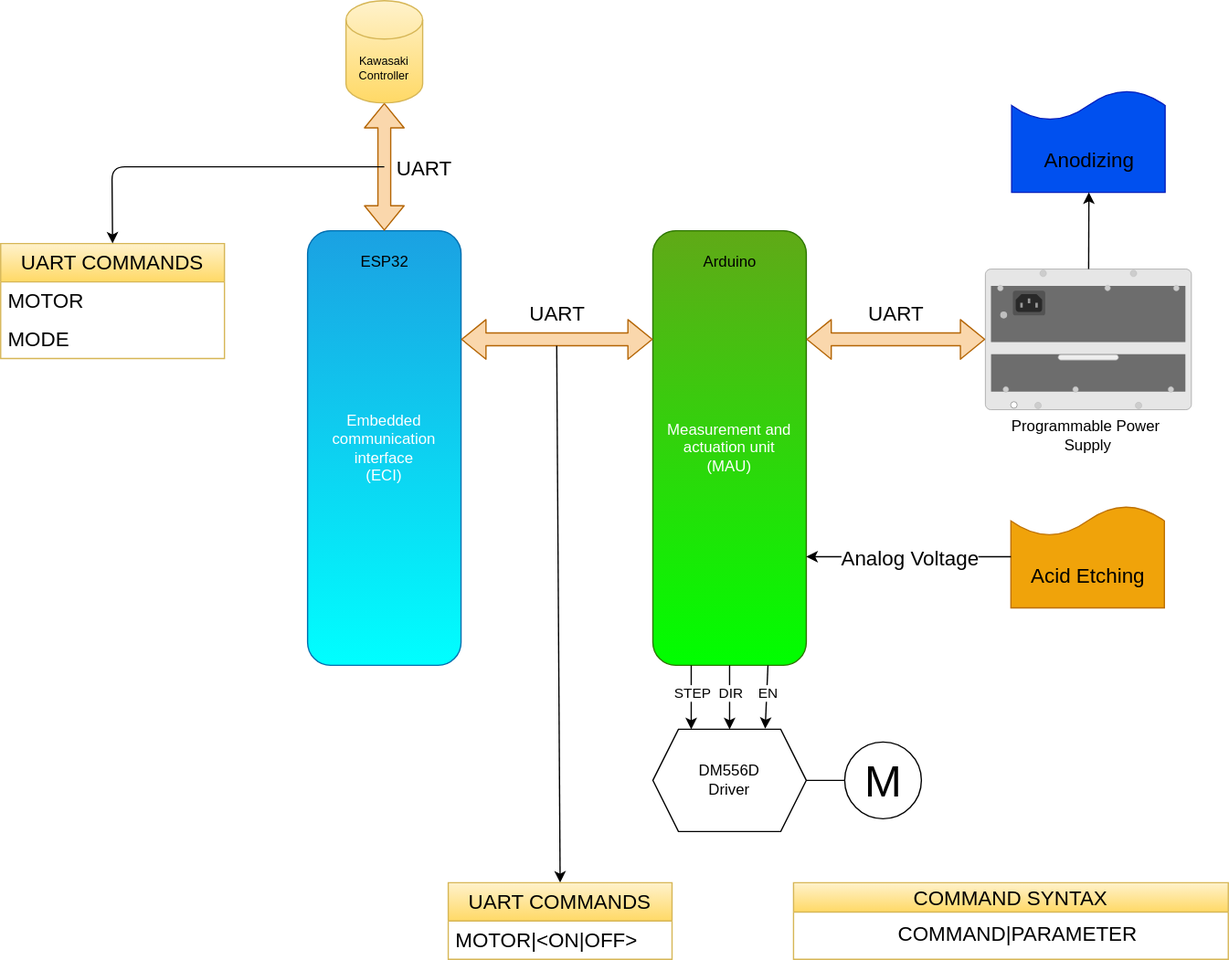
This is docs/hardware.svg from lasram-engineering/eci, a draw.io export, as it was before one commit. Source tidied: cells renumbered, new cells last; positions are measured from the earlier drawing's top-left corner, leaving out a move shared by most shapes.
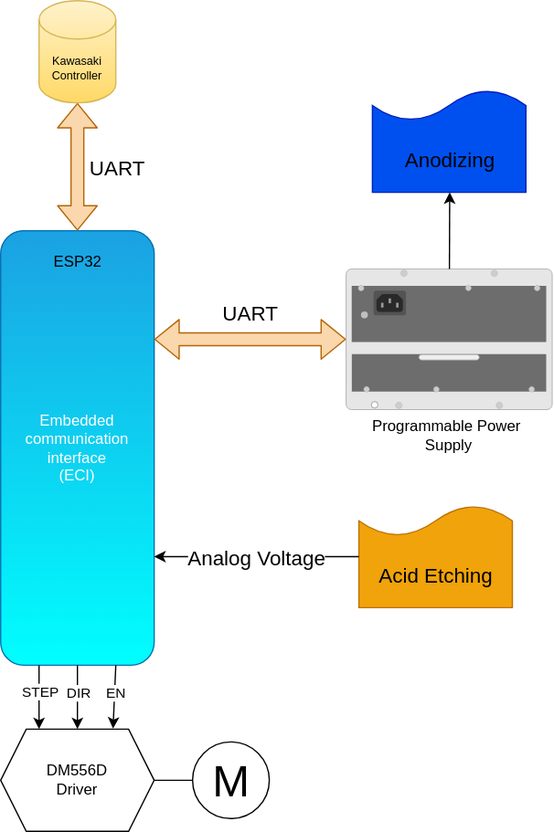
Later version of the same file.

Diff of the diagram source:
```diff
@@ -2,17 +2,8 @@
   <root>
     <mxCell id="0" />
     <mxCell id="1" parent="0" />
-    <mxCell id="2" style="group;" parent="1" vertex="1">
-      <mxGeometry x="510" y="180" width="120" height="340" as="geometry" />
-    </mxCell>
-    <mxCell id="3" value="Measurement and actuation unit&lt;br&gt;(MAU)" style="rounded=1;whiteSpace=wrap;html=1;fillColor=#60a917;fontColor=#ffffff;strokeColor=#2D7600;gradientColor=#00FF00;" parent="2" vertex="1">
-      <mxGeometry width="120" height="340" as="geometry" />
-    </mxCell>
-    <mxCell id="4" value="Arduino" style="text;html=1;align=center;verticalAlign=middle;strokeColor=none;fillColor=none;" parent="2" vertex="1">
-      <mxGeometry x="30" y="10" width="60" height="30" as="geometry" />
-    </mxCell>
     <mxCell id="5" style="group;" parent="1" vertex="1">
-      <mxGeometry x="240" y="180" width="120" height="340" as="geometry" />
+      <mxGeometry x="-471" y="405" width="120" height="340" as="geometry" />
     </mxCell>
     <mxCell id="6" value="Embedded communication interface&lt;br&gt;(ECI)" style="rounded=1;whiteSpace=wrap;html=1;fillColor=#1ba1e2;fontColor=#ffffff;strokeColor=#006EAF;gradientColor=#00FFFF;" parent="5" vertex="1">
       <mxGeometry width="120" height="340" as="geometry" />
@@ -21,44 +12,50 @@
       <mxGeometry x="30" y="10" width="60" height="30" as="geometry" />
     </mxCell>
     <mxCell id="8" value="M" style="verticalLabelPosition=middle;shadow=0;dashed=0;align=center;html=1;verticalAlign=middle;strokeWidth=1;shape=ellipse;fontSize=35;fillColor=none;gradientColor=none;" parent="1" vertex="1">
-      <mxGeometry x="660" y="580" width="60" height="60" as="geometry" />
+      <mxGeometry x="-321" y="805" width="60" height="60" as="geometry" />
     </mxCell>
     <mxCell id="9" style="edgeStyle=none;html=1;exitX=1;exitY=0.5;exitDx=0;exitDy=0;endArrow=none;endFill=0;" parent="1" edge="1" source="10" target="8">
       <mxGeometry relative="1" as="geometry" />
     </mxCell>
     <mxCell id="10" value="DM556D&lt;br&gt;Driver" style="shape=hexagon;perimeter=hexagonPerimeter2;whiteSpace=wrap;html=1;fixedSize=1;fillColor=none;gradientColor=none;" parent="1" vertex="1">
-      <mxGeometry x="510" y="570" width="120" height="80" as="geometry" />
+      <mxGeometry x="-471" y="795" width="120" height="80" as="geometry" />
     </mxCell>
-    <mxCell id="11" style="edgeStyle=none;html=1;exitX=0.25;exitY=1;exitDx=0;exitDy=0;entryX=0.25;entryY=0;entryDx=0;entryDy=0;entryPerimeter=0;endArrow=classic;endFill=1;" parent="1" edge="1" source="3" target="10">
-      <mxGeometry relative="1" as="geometry" />
+    <mxCell id="11" style="edgeStyle=none;html=1;exitX=0.25;exitY=1;exitDx=0;exitDy=0;entryX=0.25;entryY=0;entryDx=0;entryDy=0;entryPerimeter=0;endArrow=classic;endFill=1;" parent="1" edge="1" target="10">
+      <mxGeometry relative="1" as="geometry">
+        <mxPoint x="-441" y="745" as="sourcePoint" />
+      </mxGeometry>
     </mxCell>
     <mxCell id="12" value="STEP" style="edgeLabel;html=1;align=center;verticalAlign=middle;" parent="11" vertex="1">
       <mxGeometry x="0.23" relative="1" as="geometry">
         <mxPoint y="-10" as="offset" />
       </mxGeometry>
     </mxCell>
-    <mxCell id="13" style="edgeStyle=none;html=1;exitX=0.5;exitY=1;exitDx=0;exitDy=0;entryX=0.5;entryY=0;entryDx=0;entryDy=0;endArrow=classic;endFill=1;" parent="1" edge="1" source="3" target="10">
-      <mxGeometry relative="1" as="geometry" />
+    <mxCell id="13" style="edgeStyle=none;html=1;exitX=0.5;exitY=1;exitDx=0;exitDy=0;entryX=0.5;entryY=0;entryDx=0;entryDy=0;endArrow=classic;endFill=1;" parent="1" edge="1" target="10">
+      <mxGeometry relative="1" as="geometry">
+        <mxPoint x="-411" y="745" as="sourcePoint" />
+      </mxGeometry>
     </mxCell>
     <mxCell id="14" value="DIR" style="edgeLabel;html=1;align=center;verticalAlign=middle;" parent="13" vertex="1">
       <mxGeometry x="0.26" y="1" relative="1" as="geometry">
         <mxPoint x="-1" y="-11" as="offset" />
       </mxGeometry>
     </mxCell>
-    <mxCell id="15" style="edgeStyle=none;html=1;exitX=0.75;exitY=1;exitDx=0;exitDy=0;entryX=0.732;entryY=-0.005;entryDx=0;entryDy=0;entryPerimeter=0;endArrow=classic;endFill=1;" parent="1" edge="1" source="3" target="10">
-      <mxGeometry relative="1" as="geometry" />
+    <mxCell id="15" style="edgeStyle=none;html=1;exitX=0.75;exitY=1;exitDx=0;exitDy=0;entryX=0.732;entryY=-0.005;entryDx=0;entryDy=0;entryPerimeter=0;endArrow=classic;endFill=1;" parent="1" edge="1" target="10">
+      <mxGeometry relative="1" as="geometry">
+        <mxPoint x="-381" y="745" as="sourcePoint" />
+      </mxGeometry>
     </mxCell>
     <mxCell id="16" value="EN" style="edgeLabel;html=1;align=center;verticalAlign=middle;" parent="15" vertex="1">
       <mxGeometry x="0.21" y="1" relative="1" as="geometry">
         <mxPoint y="-9" as="offset" />
       </mxGeometry>
     </mxCell>
-    <mxCell id="17" style="shape=flexArrow;endArrow=classic;html=1;entryX=0;entryY=0.25;entryDx=0;entryDy=0;exitX=1;exitY=0.25;exitDx=0;exitDy=0;startArrow=block;fillColor=#fad7ac;strokeColor=#b46504;" parent="1" edge="1" source="6" target="3">
+    <mxCell id="17" style="shape=flexArrow;endArrow=classic;html=1;exitX=1;exitY=0.25;exitDx=0;exitDy=0;startArrow=block;fillColor=#fad7ac;strokeColor=#b46504;" parent="1" edge="1" source="6" target="24">
       <mxGeometry relative="1" as="geometry" />
     </mxCell>
     <mxCell id="18" style="edgeStyle=none;html=1;fontSize=9;startArrow=block;endArrow=classic;endFill=1;shape=flexArrow;fillColor=#fad7ac;strokeColor=#b46504;" parent="1" edge="1" source="20">
       <mxGeometry relative="1" as="geometry">
-        <mxPoint x="300" y="180" as="targetPoint" />
+        <mxPoint x="-411" y="405" as="targetPoint" />
       </mxGeometry>
     </mxCell>
     <mxCell id="19" value="&lt;font style=&quot;font-size: 16px;&quot;&gt;UART&lt;/font&gt;" style="edgeLabel;html=1;align=center;verticalAlign=middle;fontSize=9;" parent="18" vertex="1">
@@ -67,16 +64,10 @@
       </mxGeometry>
     </mxCell>
     <mxCell id="20" value="&lt;font color=&quot;#000000&quot;&gt;Kawasaki Controller&lt;/font&gt;" style="shape=cylinder3;whiteSpace=wrap;html=1;boundedLbl=1;backgroundOutline=1;size=15;labelBackgroundColor=none;fontSize=9;fillColor=#fff2cc;gradientColor=#ffd966;strokeColor=#d6b656;" parent="1" vertex="1">
-      <mxGeometry x="270" width="60" height="80" as="geometry" />
+      <mxGeometry x="-441" y="225" width="60" height="80" as="geometry" />
     </mxCell>
-    <mxCell id="21" style="shape=flexArrow;endArrow=classic;startArrow=classic;html=1;exitX=1;exitY=0.25;exitDx=0;exitDy=0;fillColor=#fad7ac;strokeColor=#b46504;" parent="1" edge="1" source="3" target="24">
-      <mxGeometry relative="1" as="geometry" />
-    </mxCell>
-    <mxCell id="22" value="&lt;font style=&quot;font-size: 16px;&quot;&gt;UART&lt;/font&gt;" style="text;html=1;align=center;verticalAlign=middle;strokeColor=none;fillColor=none;" parent="1" vertex="1">
-      <mxGeometry x="665" y="230" width="70" height="30" as="geometry" />
-    </mxCell>
     <mxCell id="23" style="group;" parent="1" vertex="1">
-      <mxGeometry x="770" y="210" width="161.2" height="150" as="geometry" />
+      <mxGeometry x="-201" y="435" width="161.2" height="150" as="geometry" />
     </mxCell>
     <mxCell id="24" style="html=1;verticalLabelPosition=bottom;verticalAlign=top;outlineConnect=0;shadow=0;dashed=0;shape=mxgraph.rack.hpe_aruba.switches.j9828a_5400r_700w_poeplus_zl2_power_supply;" parent="23" vertex="1">
       <mxGeometry width="161.2" height="110" as="geometry" />
@@ -85,7 +76,7 @@
       <mxGeometry x="10" y="110" width="140" height="40" as="geometry" />
     </mxCell>
     <mxCell id="26" style="group;" parent="1" vertex="1">
-      <mxGeometry x="790.6" y="70" width="120" height="80" as="geometry" />
+      <mxGeometry x="-180.4" y="295" width="120" height="80" as="geometry" />
     </mxCell>
     <mxCell id="27" style="shape=document;whiteSpace=wrap;html=1;boundedLbl=1;fontSize=16;rotation=-180;fillColor=#0050ef;fontColor=#ffffff;strokeColor=#001DBC;" parent="26" vertex="1">
       <mxGeometry width="120" height="80" as="geometry" />
@@ -95,11 +86,11 @@
     </mxCell>
     <mxCell id="29" style="edgeStyle=none;html=1;fontSize=16;" parent="1" edge="1" source="24">
       <mxGeometry relative="1" as="geometry">
-        <mxPoint x="851" y="150" as="targetPoint" />
+        <mxPoint x="-120" y="375" as="targetPoint" />
       </mxGeometry>
     </mxCell>
     <mxCell id="30" style="group;" parent="1" vertex="1">
-      <mxGeometry x="790" y="395" width="120" height="80" as="geometry" />
+      <mxGeometry x="-191" y="620" width="120" height="80" as="geometry" />
     </mxCell>
     <mxCell id="31" style="shape=document;whiteSpace=wrap;html=1;boundedLbl=1;fontSize=16;rotation=-180;fillColor=#f0a30a;fontColor=#000000;strokeColor=#BD7000;gradientColor=none;gradientDirection=north;" parent="30" vertex="1">
       <mxGeometry width="120" height="80" as="geometry" />
@@ -107,7 +98,7 @@
     <mxCell id="32" value="Acid Etching" style="text;html=1;align=center;verticalAlign=middle;strokeColor=none;fillColor=none;fontSize=16;" parent="30" vertex="1">
       <mxGeometry x="5" y="40" width="110" height="30" as="geometry" />
     </mxCell>
-    <mxCell id="33" style="edgeStyle=none;html=1;exitX=1;exitY=0.5;exitDx=0;exitDy=0;entryX=1;entryY=0.75;entryDx=0;entryDy=0;fontSize=16;" parent="1" edge="1" source="31" target="3">
+    <mxCell id="33" style="edgeStyle=none;html=1;exitX=1;exitY=0.5;exitDx=0;exitDy=0;entryX=1;entryY=0.75;entryDx=0;entryDy=0;fontSize=16;" parent="1" edge="1" source="31" target="6">
       <mxGeometry relative="1" as="geometry" />
     </mxCell>
     <mxCell id="34" value="Analog Voltage" style="edgeLabel;html=1;align=center;verticalAlign=middle;fontSize=16;" parent="33" vertex="1">
@@ -116,41 +107,7 @@
       </mxGeometry>
     </mxCell>
     <mxCell id="35" value="UART" style="text;html=1;align=center;verticalAlign=middle;strokeColor=none;fillColor=none;fontSize=16;labelBackgroundColor=none;" parent="1" vertex="1">
-      <mxGeometry x="400" y="230" width="70" height="30" as="geometry" />
+      <mxGeometry x="-311" y="455" width="70" height="30" as="geometry" />
     </mxCell>
-    <mxCell id="36" style="edgeStyle=none;html=1;exitX=0.5;exitY=0;exitDx=0;exitDy=0;fontSize=16;startArrow=classic;startFill=1;endArrow=none;endFill=0;" parent="1" edge="1" source="37">
-      <mxGeometry relative="1" as="geometry">
-        <mxPoint x="434.8" y="270" as="targetPoint" />
-      </mxGeometry>
-    </mxCell>
-    <mxCell id="37" value="&lt;font color=&quot;#000000&quot;&gt;UART COMMANDS&lt;/font&gt;" style="swimlane;fontStyle=0;horizontal=1;startSize=30;whiteSpace=wrap;html=1;fontSize=16;fillColor=#fff2cc;gradientColor=#ffd966;strokeColor=#d6b656;" parent="1" vertex="1">
-      <mxGeometry x="350" y="690" width="175" height="60" as="geometry" />
-    </mxCell>
-    <mxCell id="38" value="MOTOR|&amp;lt;ON|OFF&amp;gt;" style="text;strokeColor=none;fillColor=none;align=left;verticalAlign=middle;spacingLeft=4;spacingRight=4;overflow=hidden;whiteSpace=wrap;html=1;fontSize=16;" parent="37" vertex="1">
-      <mxGeometry y="30" width="175" height="30" as="geometry" />
-    </mxCell>
-    <mxCell id="39" value="&lt;span style=&quot;font-weight: normal;&quot;&gt;&lt;font color=&quot;#000000&quot;&gt;COMMAND SYNTAX&lt;/font&gt;&lt;/span&gt;" style="swimlane;whiteSpace=wrap;html=1;fontSize=16;fillColor=#fff2cc;gradientColor=#ffd966;strokeColor=#d6b656;" parent="1" vertex="1">
-      <mxGeometry x="620" y="690" width="340" height="60" as="geometry" />
-    </mxCell>
-    <mxCell id="40" value="COMMAND|PARAMETER" style="text;html=1;align=center;verticalAlign=middle;strokeColor=none;fillColor=none;fontSize=16;" parent="39" vertex="1">
-      <mxGeometry x="70" y="25" width="210" height="30" as="geometry" />
-    </mxCell>
-    <mxCell id="41" value="&lt;font color=&quot;#000000&quot;&gt;UART COMMANDS&lt;/font&gt;" style="swimlane;fontStyle=0;horizontal=1;startSize=30;whiteSpace=wrap;html=1;fontSize=16;fillColor=#fff2cc;gradientColor=#ffd966;strokeColor=#d6b656;" parent="1" vertex="1">
-      <mxGeometry y="190" width="175" height="90" as="geometry" />
-    </mxCell>
-    <mxCell id="42" value="MOTOR" style="text;strokeColor=none;fillColor=none;align=left;verticalAlign=middle;spacingLeft=4;spacingRight=4;overflow=hidden;whiteSpace=wrap;html=1;fontSize=16;" parent="41" vertex="1">
-      <mxGeometry y="30" width="175" height="30" as="geometry" />
-    </mxCell>
-    <mxCell id="43" value="MODE" style="text;strokeColor=none;fillColor=none;align=left;verticalAlign=middle;spacingLeft=4;spacingRight=4;overflow=hidden;whiteSpace=wrap;html=1;fontSize=16;" parent="41" vertex="1">
-      <mxGeometry y="60" width="175" height="30" as="geometry" />
-    </mxCell>
-    <mxCell id="44" style="edgeStyle=none;jettySize=auto;html=1;fontSize=16;entryX=0.5;entryY=0;entryDx=0;entryDy=0;" parent="1" edge="1" target="41">
-      <mxGeometry relative="1" as="geometry">
-        <mxPoint x="300" y="130" as="sourcePoint" />
-        <Array as="points">
-          <mxPoint x="87" y="130" />
-        </Array>
-      </mxGeometry>
-    </mxCell>
   </root>
 </mxGraphModel>
```
